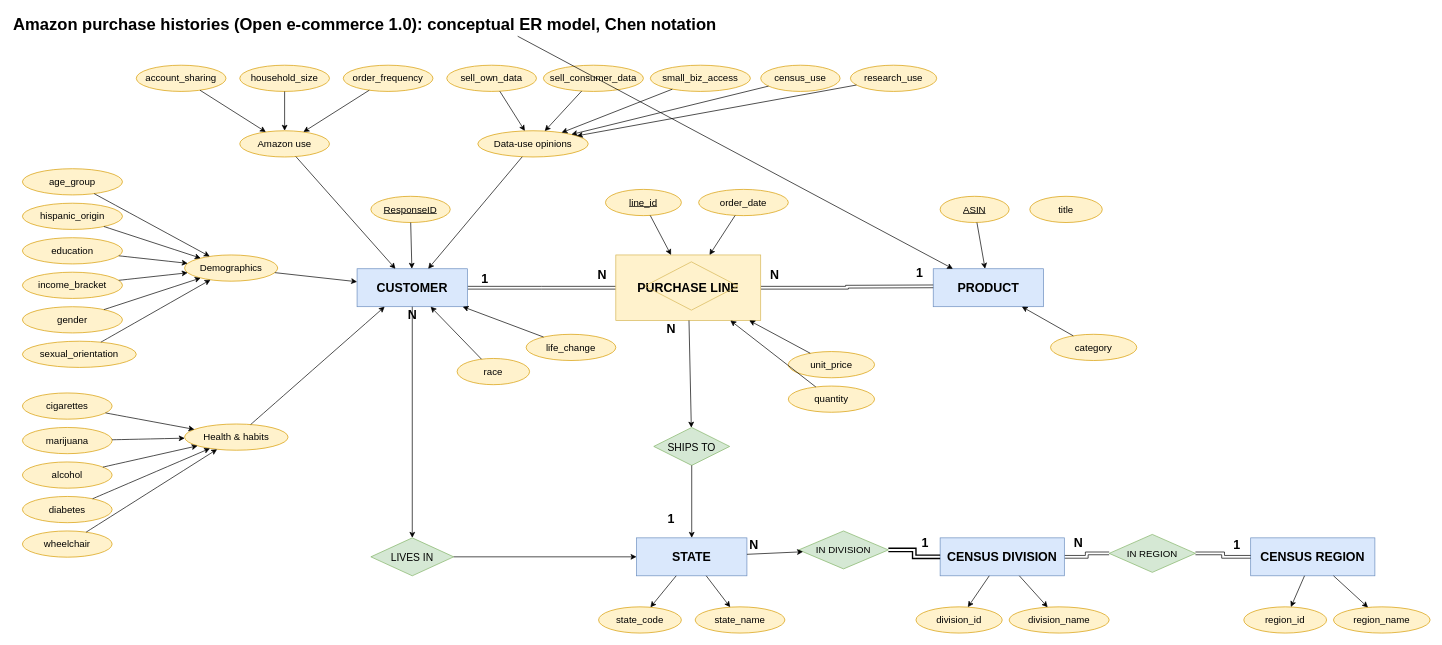
This is assets/ER Diagram.drawio.xml from Manomaysubban-Narasimha/data201-group3-project, a draw.io file, before an edit. Source tidied: cells renumbered, new cells numbered last; positions are measured from the earlier drawing's top-left corner, leaving out a move shared by most shapes. Both pictures are drawn from the tidied source at 69%, with x=0, y=0 at pixel (12, 12).
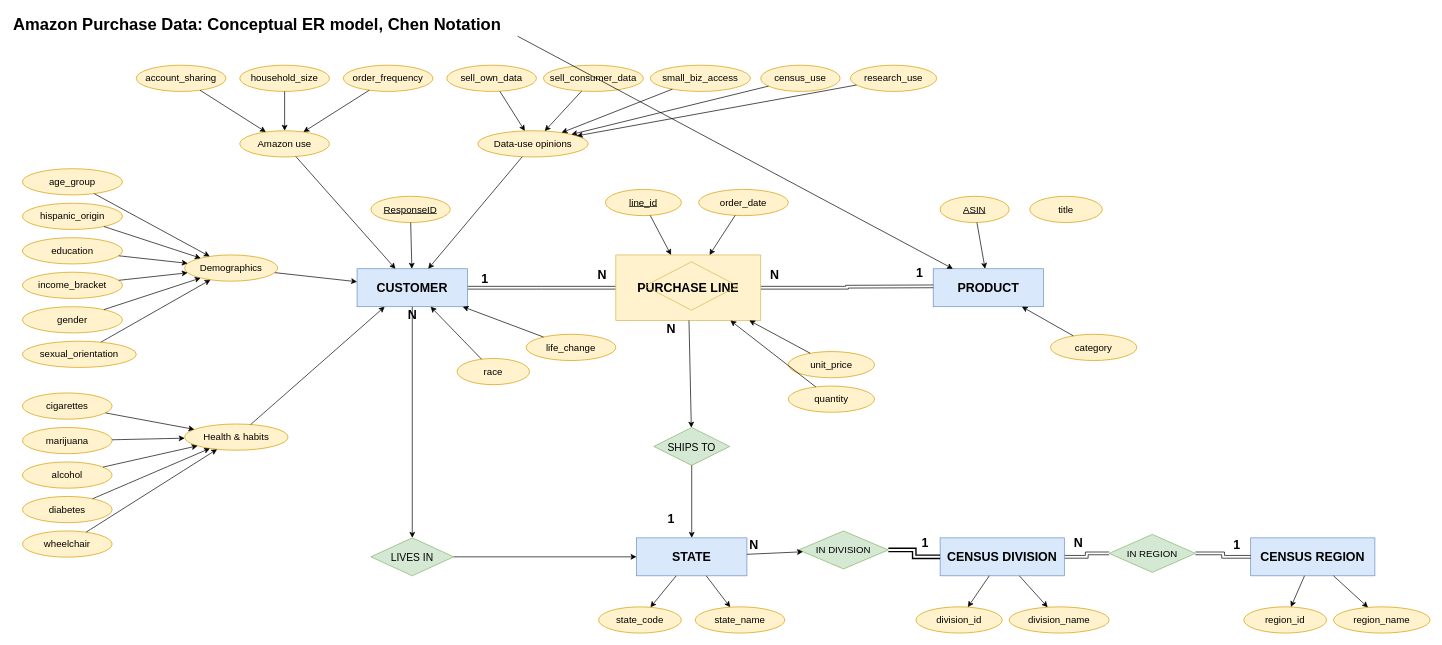
The same page after the edit.

Diff of the diagram source:
```diff
@@
-    <mxCell id="2" value="Amazon purchase histories (Open e-commerce 1.0): conceptual ER model, Chen notation" style="text;html=1;strokeColor=none;fillColor=none;align=left;verticalAlign=middle;fontSize=24;fontStyle=1;" parent="1" vertex="1">
+    <mxCell id="2" value="Amazon Purchase Data: Conceptual ER model, Chen Notation" style="text;html=1;strokeColor=none;fillColor=none;align=left;verticalAlign=middle;fontSize=24;fontStyle=1;" parent="1" vertex="1">
       <mxGeometry width="1400" height="35" as="geometry" />
     </mxCell>
```
